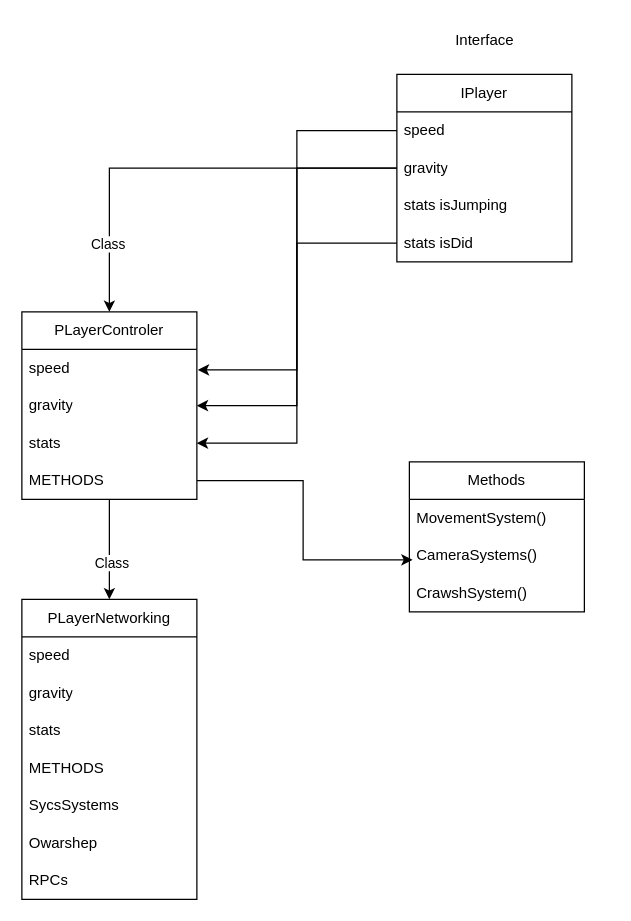
Earlier version of the draw.io diagram RE Write for my project FA.drawio (heroassem/my_algo). Source tidied: cells renumbered, new cells numbered last; positions are measured from the earlier drawing's top-left corner, leaving out a move shared by most shapes. Both pictures are drawn from the tidied source at 125%, with x=0, y=0 at pixel (21, 21).
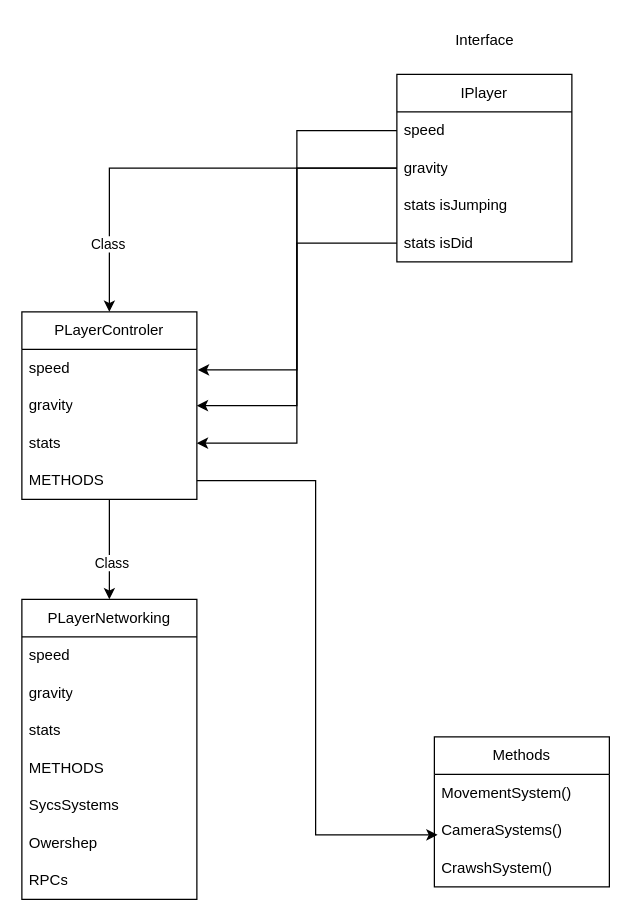
Above is the later version.

Unchanged cells that the change refers to:
```xml
<mxCell id="24" value="PLayerNetworking" style="swimlane;fontStyle=0;horizontal=1;startSize=30;whiteSpace=wrap;html=1;" parent="1" vertex="1">
  <mxGeometry y="462" width="140" height="240" as="geometry" />
</mxCell>
```

Diff of the diagram source:
```diff
@@
     <mxCell id="20" value="Methods" style="swimlane;fontStyle=0;horizontal=1;startSize=30;whiteSpace=wrap;html=1;" parent="1" vertex="1">
-      <mxGeometry x="310" y="352" width="140" height="120" as="geometry" />
+      <mxGeometry x="330" y="572" width="140" height="120" as="geometry" />
     </mxCell>
@@
-    <mxCell id="30" value="Owarshep" style="text;strokeColor=none;fillColor=none;align=left;verticalAlign=middle;spacingLeft=4;spacingRight=4;overflow=hidden;whiteSpace=wrap;html=1;" parent="24" vertex="1">
+    <mxCell id="30" value="Owershep" style="text;strokeColor=none;fillColor=none;align=left;verticalAlign=middle;spacingLeft=4;spacingRight=4;overflow=hidden;whiteSpace=wrap;html=1;" parent="24" vertex="1">
       <mxGeometry y="180" width="140" height="30" as="geometry" />
     </mxCell>
```
